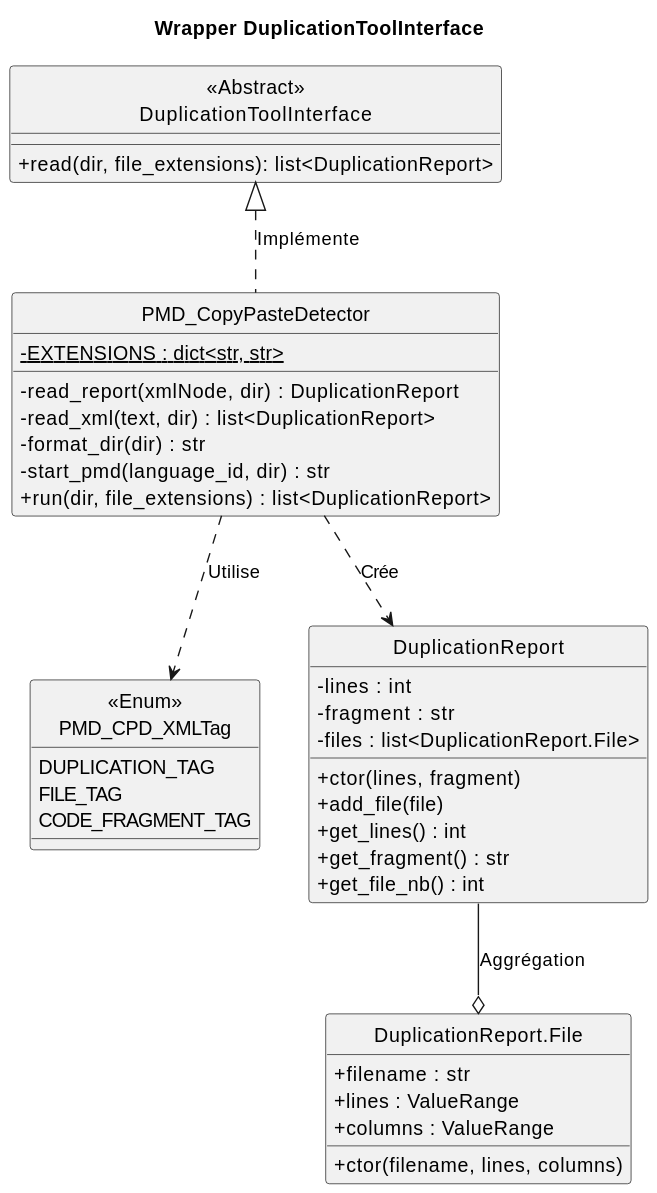
The PlantUML diagram doc/wiki/puml/duplication_pmd_cpd.svg in CAMaji/technical_debts, before a commit.
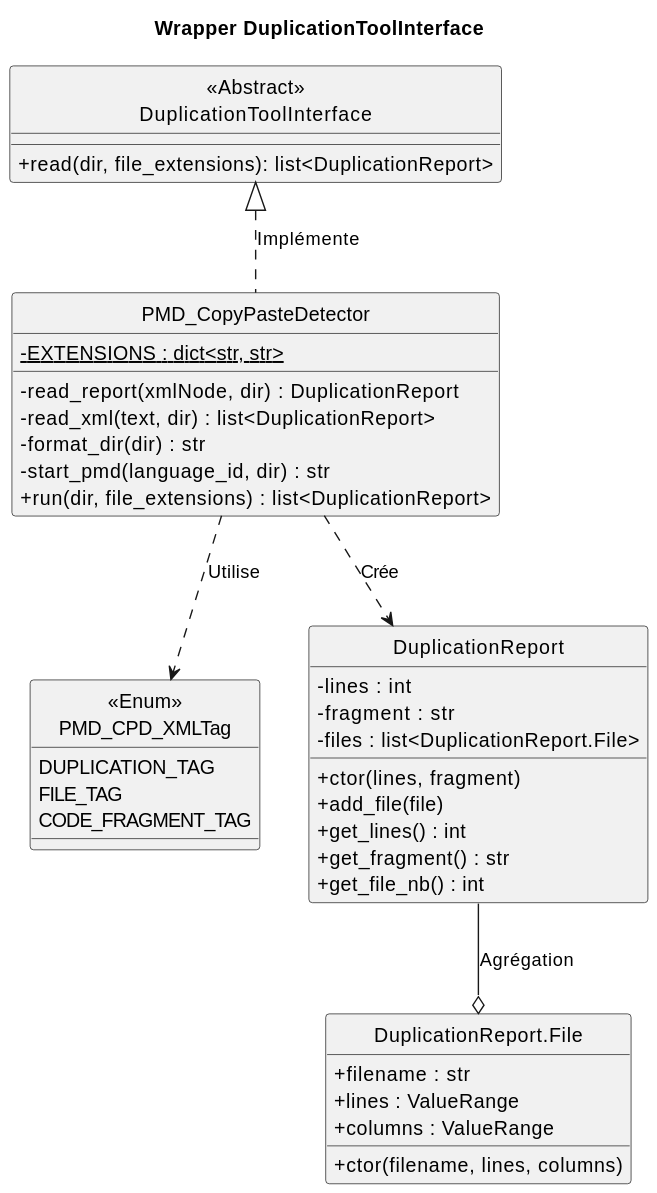
The same file after the commit.

Diff of the diagram source:
```diff
@@ -40,7 +40,7 @@
     + ctor(filename, lines, columns)
 }
 
-DuplicationReport -down-o DRFile : "Aggrégation"
+DuplicationReport -down-o DRFile : "Agrégation"
 PMD_CopyPasteDetector .up.|> DuplicationToolInterface : "Implémente"
 PMD_CopyPasteDetector .down.> PMD_CPD_XMLTag : "Utilise"
 PMD_CopyPasteDetector .down.> DuplicationReport : "Crée"
```
